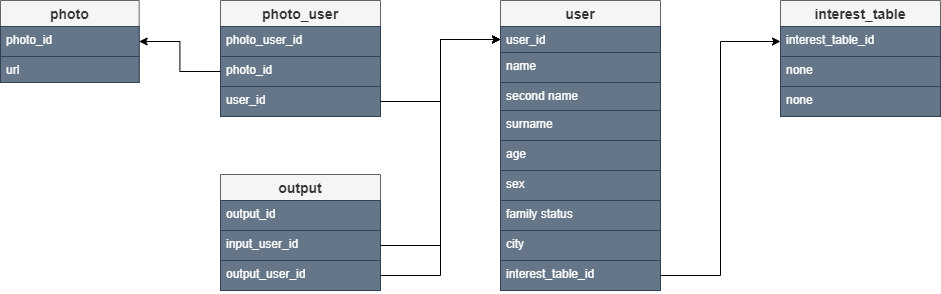
Above: DataBase/VKinderDB.png in Vector232/Diplom_VKinder (draw.io), before the change. Source tidied: cells renumbered, new cells last; positions are measured from the earlier drawing's top-left corner, leaving out a move shared by most shapes.
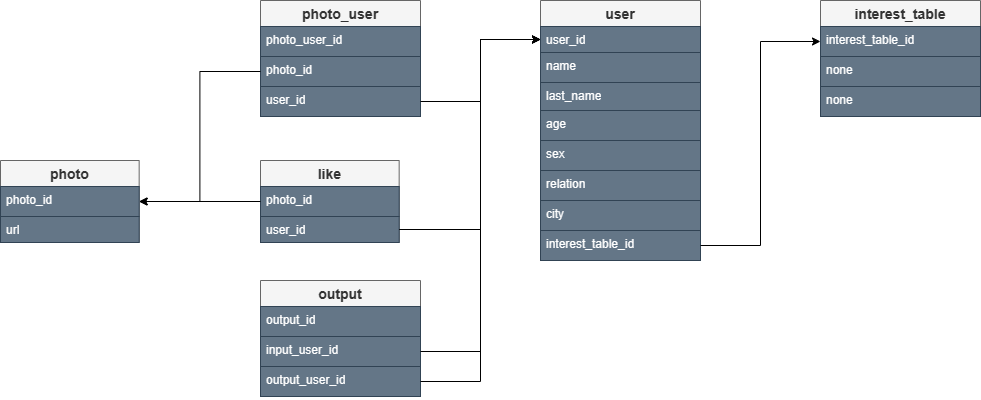
After the change.

What changed in the source:
```diff
@@ -3,7 +3,7 @@
     <mxCell id="0" />
     <mxCell id="1" parent="0" />
     <mxCell id="2" value="user" style="swimlane;fontStyle=1;horizontal=1;startSize=26;align=center;fontSize=14;fillColor=#f5f5f5;fontColor=#333333;strokeColor=#666666;" parent="1" vertex="1">
-      <mxGeometry x="500" width="160" height="290" as="geometry" />
+      <mxGeometry x="500" width="160" height="260" as="geometry" />
     </mxCell>
     <mxCell id="3" value="user_id" style="text;strokeColor=#314354;fillColor=#647687;spacingLeft=4;spacingRight=4;overflow=hidden;points=[[0,0.5],[1,0.5]];portConstraint=eastwest;fontSize=12;whiteSpace=wrap;html=1;fontColor=#ffffff;" parent="2" vertex="1">
       <mxGeometry y="26" width="160" height="26" as="geometry" />
@@ -11,26 +11,23 @@
     <mxCell id="4" value="name" style="text;strokeColor=#314354;fillColor=#647687;spacingLeft=4;spacingRight=4;overflow=hidden;fontSize=12;whiteSpace=wrap;html=1;fontColor=#ffffff;" parent="2" vertex="1">
       <mxGeometry y="52" width="160" height="30" as="geometry" />
     </mxCell>
-    <mxCell id="5" value="second name" style="text;strokeColor=#314354;fillColor=#647687;spacingLeft=4;spacingRight=4;overflow=hidden;fontSize=12;whiteSpace=wrap;html=1;fontColor=#ffffff;" parent="2" vertex="1">
+    <mxCell id="5" value="last_name" style="text;strokeColor=#314354;fillColor=#647687;spacingLeft=4;spacingRight=4;overflow=hidden;fontSize=12;whiteSpace=wrap;html=1;fontColor=#ffffff;" parent="2" vertex="1">
       <mxGeometry y="82" width="160" height="28" as="geometry" />
     </mxCell>
-    <mxCell id="6" value="surname" style="text;strokeColor=#314354;fillColor=#647687;spacingLeft=4;spacingRight=4;overflow=hidden;fontSize=12;whiteSpace=wrap;html=1;fontColor=#ffffff;" parent="2" vertex="1">
-      <mxGeometry y="110" width="160" height="30" as="geometry" />
-    </mxCell>
     <mxCell id="7" value="age" style="text;strokeColor=#314354;fillColor=#647687;spacingLeft=4;spacingRight=4;overflow=hidden;fontSize=12;whiteSpace=wrap;html=1;fontColor=#ffffff;" parent="2" vertex="1">
-      <mxGeometry y="140" width="160" height="30" as="geometry" />
+      <mxGeometry y="110" width="160" height="30" as="geometry" />
     </mxCell>
     <mxCell id="8" value="sex" style="text;strokeColor=#314354;fillColor=#647687;spacingLeft=4;spacingRight=4;overflow=hidden;fontSize=12;whiteSpace=wrap;html=1;fontColor=#ffffff;" parent="2" vertex="1">
-      <mxGeometry y="170" width="160" height="30" as="geometry" />
+      <mxGeometry y="140" width="160" height="30" as="geometry" />
     </mxCell>
-    <mxCell id="9" value="family status" style="text;strokeColor=#314354;fillColor=#647687;spacingLeft=4;spacingRight=4;overflow=hidden;fontSize=12;whiteSpace=wrap;html=1;fontColor=#ffffff;" parent="2" vertex="1">
-      <mxGeometry y="200" width="160" height="30" as="geometry" />
+    <mxCell id="9" value="relation" style="text;strokeColor=#314354;fillColor=#647687;spacingLeft=4;spacingRight=4;overflow=hidden;fontSize=12;whiteSpace=wrap;html=1;fontColor=#ffffff;" parent="2" vertex="1">
+      <mxGeometry y="170" width="160" height="30" as="geometry" />
     </mxCell>
     <mxCell id="10" value="city" style="text;strokeColor=#314354;fillColor=#647687;spacingLeft=4;spacingRight=4;overflow=hidden;fontSize=12;whiteSpace=wrap;html=1;fontColor=#ffffff;" parent="2" vertex="1">
-      <mxGeometry y="230" width="160" height="30" as="geometry" />
+      <mxGeometry y="200" width="160" height="30" as="geometry" />
     </mxCell>
     <mxCell id="11" value="interest_table_id" style="text;strokeColor=#314354;fillColor=#647687;spacingLeft=4;spacingRight=4;overflow=hidden;points=[[0,0.5],[1,0.5]];portConstraint=eastwest;fontSize=12;whiteSpace=wrap;html=1;fontColor=#ffffff;" parent="2" vertex="1">
-      <mxGeometry y="260" width="160" height="30" as="geometry" />
+      <mxGeometry y="230" width="160" height="30" as="geometry" />
     </mxCell>
     <mxCell id="12" value="interest_table" style="swimlane;fontStyle=1;horizontal=1;startSize=26;align=center;fontSize=14;fillColor=#f5f5f5;fontColor=#333333;strokeColor=#666666;" parent="1" vertex="1">
       <mxGeometry x="780" width="160" height="116" as="geometry" />
@@ -44,9 +41,6 @@
     <mxCell id="15" value="none" style="text;strokeColor=#314354;fillColor=#647687;spacingLeft=4;spacingRight=4;overflow=hidden;fontSize=12;whiteSpace=wrap;html=1;fontColor=#ffffff;" parent="12" vertex="1">
       <mxGeometry y="86" width="160" height="30" as="geometry" />
     </mxCell>
-    <mxCell id="16" style="edgeStyle=orthogonalEdgeStyle;rounded=0;jettySize=auto;html=1;" parent="1" edge="1" source="11" target="13">
-      <mxGeometry relative="1" as="geometry" />
-    </mxCell>
     <mxCell id="17" value="photo_user" style="swimlane;fontStyle=1;horizontal=1;startSize=26;align=center;fontSize=14;fillColor=#f5f5f5;fontColor=#333333;strokeColor=#666666;" parent="1" vertex="1">
       <mxGeometry x="220" width="160" height="116" as="geometry" />
     </mxCell>
@@ -60,7 +54,7 @@
       <mxGeometry y="86" width="160" height="30" as="geometry" />
     </mxCell>
     <mxCell id="21" value="photo" style="swimlane;fontStyle=1;horizontal=1;startSize=26;align=center;fontSize=14;fillColor=#f5f5f5;fontColor=#333333;strokeColor=#666666;" parent="1" vertex="1">
-      <mxGeometry width="138.7" height="82" as="geometry" />
+      <mxGeometry x="-40" y="160" width="138.7" height="82" as="geometry" />
     </mxCell>
     <mxCell id="22" value="photo_id" style="text;strokeColor=#314354;fillColor=#647687;spacingLeft=4;spacingRight=4;overflow=hidden;points=[[0,0.5],[1,0.5]];portConstraint=eastwest;fontSize=12;whiteSpace=wrap;html=1;fontColor=#ffffff;" parent="21" vertex="1">
       <mxGeometry y="26" width="138.7" height="30" as="geometry" />
@@ -75,7 +69,7 @@
       <mxGeometry relative="1" as="geometry" />
     </mxCell>
     <mxCell id="26" value="output" style="swimlane;fontStyle=1;horizontal=1;startSize=26;align=center;fontSize=14;fillColor=#f5f5f5;fontColor=#333333;strokeColor=#666666;" parent="1" vertex="1">
-      <mxGeometry x="220" y="174" width="160" height="116" as="geometry" />
+      <mxGeometry x="220" y="280" width="160" height="116" as="geometry" />
     </mxCell>
     <mxCell id="27" value="output_id" style="text;strokeColor=#314354;fillColor=#647687;spacingLeft=4;spacingRight=4;overflow=hidden;fontSize=12;whiteSpace=wrap;html=1;fontColor=#ffffff;" parent="26" vertex="1">
       <mxGeometry y="26" width="160" height="30" as="geometry" />
@@ -92,5 +86,28 @@
     <mxCell id="31" style="edgeStyle=orthogonalEdgeStyle;rounded=0;jettySize=auto;html=1;" parent="1" edge="1" source="29" target="3">
       <mxGeometry relative="1" as="geometry" />
     </mxCell>
+    <mxCell id="32" value="like" style="swimlane;fontStyle=1;horizontal=1;startSize=26;align=center;fontSize=14;fillColor=#f5f5f5;fontColor=#333333;strokeColor=#666666;" parent="1" vertex="1">
+      <mxGeometry x="220" y="160" width="138.7" height="82" as="geometry" />
+    </mxCell>
+    <mxCell id="33" value="photo_id" style="text;strokeColor=#314354;fillColor=#647687;spacingLeft=4;spacingRight=4;overflow=hidden;points=[[0,0.5],[1,0.5]];portConstraint=eastwest;fontSize=12;whiteSpace=wrap;html=1;fontColor=#ffffff;" parent="32" vertex="1">
+      <mxGeometry y="26" width="138.7" height="30" as="geometry" />
+    </mxCell>
+    <mxCell id="34" value="user_id" style="text;strokeColor=#314354;fillColor=#647687;spacingLeft=4;spacingRight=4;overflow=hidden;points=[[0,0.5],[1,0.5]];portConstraint=eastwest;fontSize=12;whiteSpace=wrap;html=1;fontColor=#ffffff;" parent="32" vertex="1">
+      <mxGeometry y="56" width="138.7" height="26" as="geometry" />
+    </mxCell>
+    <mxCell id="35" style="edgeStyle=orthogonalEdgeStyle;rounded=0;jettySize=auto;html=1;" parent="1" edge="1" source="33" target="22">
+      <mxGeometry relative="1" as="geometry" />
+    </mxCell>
+    <mxCell id="36" style="edgeStyle=orthogonalEdgeStyle;rounded=0;jettySize=auto;html=1;" parent="1" edge="1" source="34" target="3">
+      <mxGeometry relative="1" as="geometry">
+        <Array as="points">
+          <mxPoint x="440" y="229" />
+          <mxPoint x="440" y="39" />
+        </Array>
+      </mxGeometry>
+    </mxCell>
+    <mxCell id="16" style="edgeStyle=orthogonalEdgeStyle;rounded=0;jettySize=auto;html=1;" parent="1" edge="1" source="11" target="13">
+      <mxGeometry relative="1" as="geometry" />
+    </mxCell>
   </root>
 </mxGraphModel>
```
